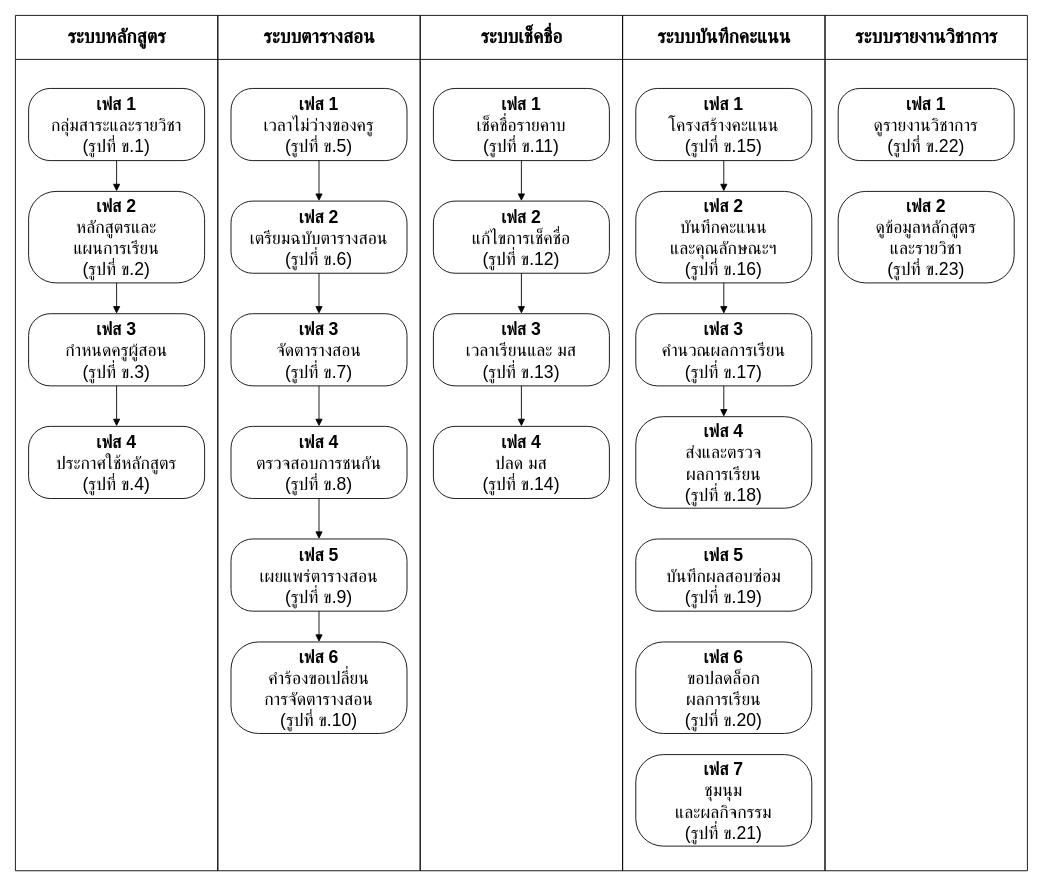
polymercatzz/Academic keeps this draw.io diagram as docs/activity/act-overview.drawio. Above is the earlier version. Source tidied: cells renumbered, new cells numbered last; positions are measured from the earlier drawing's top-left corner, leaving out a move shared by most shapes. Both pictures are drawn from the tidied source at 88%, with x=0, y=0 at pixel (15, 15).
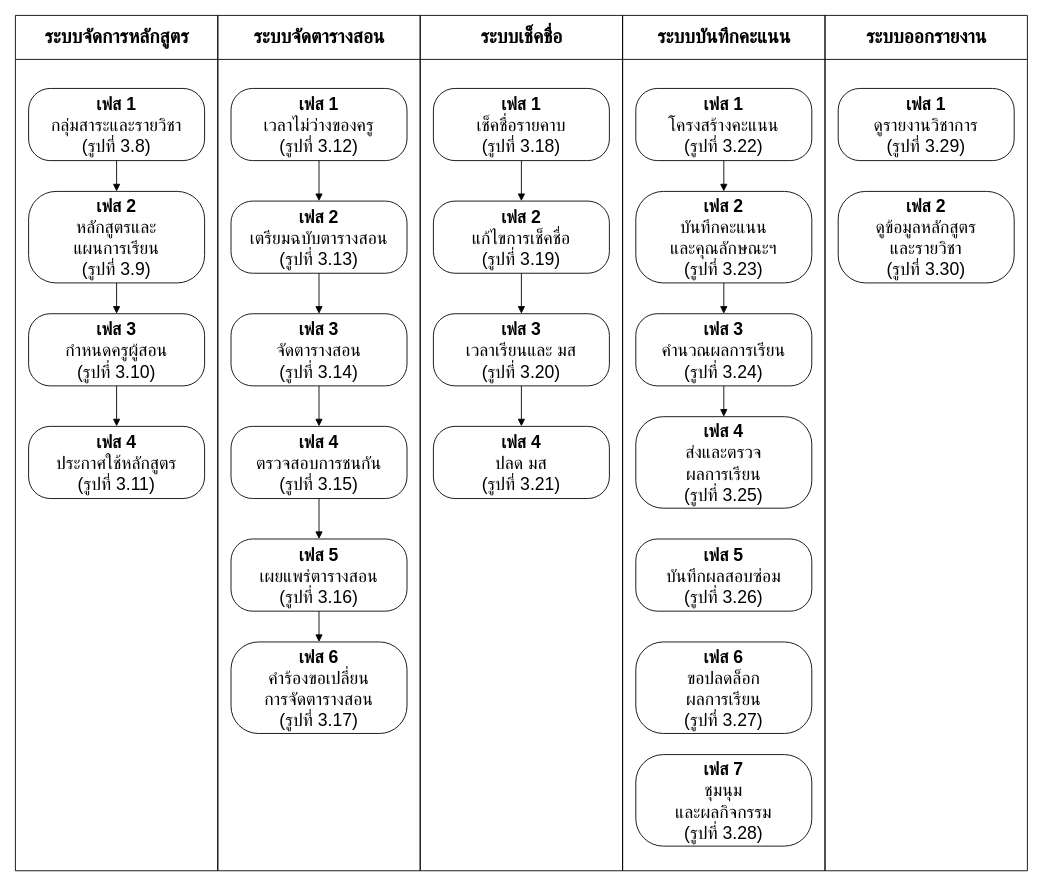
Above is the later version.

Change to the diagram source:
```diff
@@
-    <mxCell id="2" value="ระบบหลักสูตร" style="swimlane;startSize=50;fillColor=none;swimlaneFillColor=none;fontStyle=1;html=1;fontFamily=TH SarabunPSK;strokeColor=#000000;fontColor=#000000;fontSize=22;" parent="1" vertex="1">
+    <mxCell id="2" value="ระบบจัดการหลักสูตร" style="swimlane;startSize=50;fillColor=none;swimlaneFillColor=none;fontStyle=1;html=1;fontFamily=TH SarabunPSK;strokeColor=#000000;fontColor=#000000;fontSize=22;" parent="1" vertex="1">
       <mxGeometry width="230" height="972" as="geometry" />
     </mxCell>
-    <mxCell id="3" value="ระบบตารางสอน" style="swimlane;startSize=50;fillColor=none;swimlaneFillColor=none;fontStyle=1;html=1;fontFamily=TH SarabunPSK;strokeColor=#000000;fontColor=#000000;fontSize=22;" parent="1" vertex="1">
+    <mxCell id="3" value="ระบบจัดตารางสอน" style="swimlane;startSize=50;fillColor=none;swimlaneFillColor=none;fontStyle=1;html=1;fontFamily=TH SarabunPSK;strokeColor=#000000;fontColor=#000000;fontSize=22;" parent="1" vertex="1">
       <mxGeometry x="230" width="230" height="972" as="geometry" />
     </mxCell>
@@
-    <mxCell id="6" value="ระบบรายงานวิชาการ" style="swimlane;startSize=50;fillColor=none;swimlaneFillColor=none;fontStyle=1;html=1;fontFamily=TH SarabunPSK;strokeColor=#000000;fontColor=#000000;fontSize=22;" parent="1" vertex="1">
+    <mxCell id="6" value="ระบบออกรายงาน" style="swimlane;startSize=50;fillColor=none;swimlaneFillColor=none;fontStyle=1;html=1;fontFamily=TH SarabunPSK;strokeColor=#000000;fontColor=#000000;fontSize=22;" parent="1" vertex="1">
       <mxGeometry x="920" width="230" height="972" as="geometry" />
     </mxCell>
-    <mxCell id="7" value="&lt;b&gt;เฟส 1&lt;/b&gt; &lt;br&gt;กลุ่มสาระและรายวิชา&lt;br&gt;(รูปที่ ข.1)" style="html=1;fontFamily=TH SarabunPSK;fontSize=20;strokeColor=#000000;fontColor=#000000;rounded=1;arcSize=30;whiteSpace=wrap;fillColor=#FFFFFF;" parent="1" vertex="1">
+    <mxCell id="7" value="&lt;b&gt;เฟส 1&lt;/b&gt; &lt;br&gt;กลุ่มสาระและรายวิชา&lt;br&gt;(รูปที่ 3.8)" style="html=1;fontFamily=TH SarabunPSK;fontSize=20;strokeColor=#000000;fontColor=#000000;rounded=1;arcSize=30;whiteSpace=wrap;fillColor=#FFFFFF;" parent="1" vertex="1">
       <mxGeometry x="15" y="83" width="200" height="82" as="geometry" />
     </mxCell>
-    <mxCell id="8" value="&lt;b&gt;เฟส 2&lt;/b&gt; &lt;br&gt;หลักสูตรและ&lt;br&gt;แผนการเรียน&lt;br&gt;(รูปที่ ข.2)" style="html=1;fontFamily=TH SarabunPSK;fontSize=20;strokeColor=#000000;fontColor=#000000;rounded=1;arcSize=30;whiteSpace=wrap;fillColor=#FFFFFF;" parent="1" vertex="1">
+    <mxCell id="8" value="&lt;b&gt;เฟส 2&lt;/b&gt; &lt;br&gt;หลักสูตรและ&lt;br&gt;แผนการเรียน&lt;br&gt;(รูปที่ 3.9)" style="html=1;fontFamily=TH SarabunPSK;fontSize=20;strokeColor=#000000;fontColor=#000000;rounded=1;arcSize=30;whiteSpace=wrap;fillColor=#FFFFFF;" parent="1" vertex="1">
       <mxGeometry x="15" y="200" width="200" height="104" as="geometry" />
     </mxCell>
-    <mxCell id="9" value="&lt;b&gt;เฟส 3&lt;/b&gt; &lt;br&gt;กำหนดครูผู้สอน&lt;br&gt;(รูปที่ ข.3)" style="html=1;fontFamily=TH SarabunPSK;fontSize=20;strokeColor=#000000;fontColor=#000000;rounded=1;arcSize=30;whiteSpace=wrap;fillColor=#FFFFFF;" parent="1" vertex="1">
+    <mxCell id="9" value="&lt;b&gt;เฟส 3&lt;/b&gt; &lt;br&gt;กำหนดครูผู้สอน&lt;br&gt;(รูปที่ 3.10)" style="html=1;fontFamily=TH SarabunPSK;fontSize=20;strokeColor=#000000;fontColor=#000000;rounded=1;arcSize=30;whiteSpace=wrap;fillColor=#FFFFFF;" parent="1" vertex="1">
       <mxGeometry x="15" y="339" width="200" height="82" as="geometry" />
     </mxCell>
-    <mxCell id="10" value="&lt;b&gt;เฟส 4&lt;/b&gt; &lt;br&gt;ประกาศใช้หลักสูตร&lt;br&gt;(รูปที่ ข.4)" style="html=1;fontFamily=TH SarabunPSK;fontSize=20;strokeColor=#000000;fontColor=#000000;rounded=1;arcSize=30;whiteSpace=wrap;fillColor=#FFFFFF;" parent="1" vertex="1">
+    <mxCell id="10" value="&lt;b&gt;เฟส 4&lt;/b&gt; &lt;br&gt;ประกาศใช้หลักสูตร&lt;br&gt;(รูปที่ 3.11)" style="html=1;fontFamily=TH SarabunPSK;fontSize=20;strokeColor=#000000;fontColor=#000000;rounded=1;arcSize=30;whiteSpace=wrap;fillColor=#FFFFFF;" parent="1" vertex="1">
       <mxGeometry x="15" y="467" width="200" height="82" as="geometry" />
     </mxCell>
-    <mxCell id="11" value="&lt;b&gt;เฟส 1&lt;/b&gt; &lt;br&gt;เวลาไม่ว่างของครู&lt;br&gt;(รูปที่ ข.5)" style="html=1;fontFamily=TH SarabunPSK;fontSize=20;strokeColor=#000000;fontColor=#000000;rounded=1;arcSize=30;whiteSpace=wrap;fillColor=#FFFFFF;" parent="1" vertex="1">
+    <mxCell id="11" value="&lt;b&gt;เฟส 1&lt;/b&gt; &lt;br&gt;เวลาไม่ว่างของครู&lt;br&gt;(รูปที่ 3.12)" style="html=1;fontFamily=TH SarabunPSK;fontSize=20;strokeColor=#000000;fontColor=#000000;rounded=1;arcSize=30;whiteSpace=wrap;fillColor=#FFFFFF;" parent="1" vertex="1">
       <mxGeometry x="245" y="83" width="200" height="82" as="geometry" />
     </mxCell>
-    <mxCell id="12" value="&lt;b&gt;เฟส 2&lt;/b&gt; &lt;br&gt;เตรียมฉบับตารางสอน&lt;br&gt;(รูปที่ ข.6)" style="html=1;fontFamily=TH SarabunPSK;fontSize=20;strokeColor=#000000;fontColor=#000000;rounded=1;arcSize=30;whiteSpace=wrap;fillColor=#FFFFFF;" parent="1" vertex="1">
+    <mxCell id="12" value="&lt;b&gt;เฟส 2&lt;/b&gt; &lt;br&gt;เตรียมฉบับตารางสอน&lt;br&gt;(รูปที่ 3.13)" style="html=1;fontFamily=TH SarabunPSK;fontSize=20;strokeColor=#000000;fontColor=#000000;rounded=1;arcSize=30;whiteSpace=wrap;fillColor=#FFFFFF;" parent="1" vertex="1">
       <mxGeometry x="245" y="211" width="200" height="82" as="geometry" />
     </mxCell>
-    <mxCell id="13" value="&lt;b&gt;เฟส 3&lt;/b&gt; &lt;br&gt;จัดตารางสอน&lt;br&gt;(รูปที่ ข.7)" style="html=1;fontFamily=TH SarabunPSK;fontSize=20;strokeColor=#000000;fontColor=#000000;rounded=1;arcSize=30;whiteSpace=wrap;fillColor=#FFFFFF;" parent="1" vertex="1">
+    <mxCell id="13" value="&lt;b&gt;เฟส 3&lt;/b&gt; &lt;br&gt;จัดตารางสอน&lt;br&gt;(รูปที่ 3.14)" style="html=1;fontFamily=TH SarabunPSK;fontSize=20;strokeColor=#000000;fontColor=#000000;rounded=1;arcSize=30;whiteSpace=wrap;fillColor=#FFFFFF;" parent="1" vertex="1">
       <mxGeometry x="245" y="339" width="200" height="82" as="geometry" />
     </mxCell>
-    <mxCell id="14" value="&lt;b&gt;เฟส 4&lt;/b&gt; &lt;br&gt;ตรวจสอบการชนกัน&lt;br&gt;(รูปที่ ข.8)" style="html=1;fontFamily=TH SarabunPSK;fontSize=20;strokeColor=#000000;fontColor=#000000;rounded=1;arcSize=30;whiteSpace=wrap;fillColor=#FFFFFF;" parent="1" vertex="1">
+    <mxCell id="14" value="&lt;b&gt;เฟส 4&lt;/b&gt; &lt;br&gt;ตรวจสอบการชนกัน&lt;br&gt;(รูปที่ 3.15)" style="html=1;fontFamily=TH SarabunPSK;fontSize=20;strokeColor=#000000;fontColor=#000000;rounded=1;arcSize=30;whiteSpace=wrap;fillColor=#FFFFFF;" parent="1" vertex="1">
       <mxGeometry x="245" y="467" width="200" height="82" as="geometry" />
     </mxCell>
-    <mxCell id="15" value="&lt;b&gt;เฟส 5&lt;/b&gt; &lt;br&gt;เผยแพร่ตารางสอน&lt;br&gt;(รูปที่ ข.9)" style="html=1;fontFamily=TH SarabunPSK;fontSize=20;strokeColor=#000000;fontColor=#000000;rounded=1;arcSize=30;whiteSpace=wrap;fillColor=#FFFFFF;" parent="1" vertex="1">
+    <mxCell id="15" value="&lt;b&gt;เฟส 5&lt;/b&gt; &lt;br&gt;เผยแพร่ตารางสอน&lt;br&gt;(รูปที่ 3.16)" style="html=1;fontFamily=TH SarabunPSK;fontSize=20;strokeColor=#000000;fontColor=#000000;rounded=1;arcSize=30;whiteSpace=wrap;fillColor=#FFFFFF;" parent="1" vertex="1">
       <mxGeometry x="245" y="595" width="200" height="82" as="geometry" />
     </mxCell>
-    <mxCell id="16" value="&lt;b&gt;เฟส 6&lt;/b&gt; &lt;br&gt;คำร้องขอเปลี่ยน&lt;br&gt;การจัดตารางสอน&lt;br&gt;(รูปที่ ข.10)" style="html=1;fontFamily=TH SarabunPSK;fontSize=20;strokeColor=#000000;fontColor=#000000;rounded=1;arcSize=30;whiteSpace=wrap;fillColor=#FFFFFF;" parent="1" vertex="1">
+    <mxCell id="16" value="&lt;b&gt;เฟส 6&lt;/b&gt; &lt;br&gt;คำร้องขอเปลี่ยน&lt;br&gt;การจัดตารางสอน&lt;br&gt;(รูปที่ 3.17)" style="html=1;fontFamily=TH SarabunPSK;fontSize=20;strokeColor=#000000;fontColor=#000000;rounded=1;arcSize=30;whiteSpace=wrap;fillColor=#FFFFFF;" parent="1" vertex="1">
       <mxGeometry x="245" y="712" width="200" height="104" as="geometry" />
     </mxCell>
-    <mxCell id="17" value="&lt;b&gt;เฟส 1&lt;/b&gt; &lt;br&gt;เช็คชื่อรายคาบ&lt;br&gt;(รูปที่ ข.11)" style="html=1;fontFamily=TH SarabunPSK;fontSize=20;strokeColor=#000000;fontColor=#000000;rounded=1;arcSize=30;whiteSpace=wrap;fillColor=#FFFFFF;" parent="1" vertex="1">
+    <mxCell id="17" value="&lt;b&gt;เฟส 1&lt;/b&gt; &lt;br&gt;เช็คชื่อรายคาบ&lt;br&gt;(รูปที่ 3.18)" style="html=1;fontFamily=TH SarabunPSK;fontSize=20;strokeColor=#000000;fontColor=#000000;rounded=1;arcSize=30;whiteSpace=wrap;fillColor=#FFFFFF;" parent="1" vertex="1">
       <mxGeometry x="475" y="83" width="200" height="82" as="geometry" />
     </mxCell>
-    <mxCell id="18" value="&lt;b&gt;เฟส 2&lt;/b&gt; &lt;br&gt;แก้ไขการเช็คชื่อ&lt;br&gt;(รูปที่ ข.12)" style="html=1;fontFamily=TH SarabunPSK;fontSize=20;strokeColor=#000000;fontColor=#000000;rounded=1;arcSize=30;whiteSpace=wrap;fillColor=#FFFFFF;" parent="1" vertex="1">
+    <mxCell id="18" value="&lt;b&gt;เฟส 2&lt;/b&gt; &lt;br&gt;แก้ไขการเช็คชื่อ&lt;br&gt;(รูปที่ 3.19)" style="html=1;fontFamily=TH SarabunPSK;fontSize=20;strokeColor=#000000;fontColor=#000000;rounded=1;arcSize=30;whiteSpace=wrap;fillColor=#FFFFFF;" parent="1" vertex="1">
       <mxGeometry x="475" y="211" width="200" height="82" as="geometry" />
     </mxCell>
-    <mxCell id="19" value="&lt;b&gt;เฟส 3&lt;/b&gt; &lt;br&gt;เวลาเรียนและ มส&lt;br&gt;(รูปที่ ข.13)" style="html=1;fontFamily=TH SarabunPSK;fontSize=20;strokeColor=#000000;fontColor=#000000;rounded=1;arcSize=30;whiteSpace=wrap;fillColor=#FFFFFF;" parent="1" vertex="1">
+    <mxCell id="19" value="&lt;b&gt;เฟส 3&lt;/b&gt; &lt;br&gt;เวลาเรียนและ มส&lt;br&gt;(รูปที่ 3.20)" style="html=1;fontFamily=TH SarabunPSK;fontSize=20;strokeColor=#000000;fontColor=#000000;rounded=1;arcSize=30;whiteSpace=wrap;fillColor=#FFFFFF;" parent="1" vertex="1">
       <mxGeometry x="475" y="339" width="200" height="82" as="geometry" />
     </mxCell>
-    <mxCell id="20" value="&lt;b&gt;เฟส 4&lt;/b&gt; &lt;br&gt;ปลด มส&lt;br&gt;(รูปที่ ข.14)" style="html=1;fontFamily=TH SarabunPSK;fontSize=20;strokeColor=#000000;fontColor=#000000;rounded=1;arcSize=30;whiteSpace=wrap;fillColor=#FFFFFF;" parent="1" vertex="1">
+    <mxCell id="20" value="&lt;b&gt;เฟส 4&lt;/b&gt; &lt;br&gt;ปลด มส&lt;br&gt;(รูปที่ 3.21)" style="html=1;fontFamily=TH SarabunPSK;fontSize=20;strokeColor=#000000;fontColor=#000000;rounded=1;arcSize=30;whiteSpace=wrap;fillColor=#FFFFFF;" parent="1" vertex="1">
       <mxGeometry x="475" y="467" width="200" height="82" as="geometry" />
     </mxCell>
-    <mxCell id="21" value="&lt;b&gt;เฟส 1&lt;/b&gt; &lt;br&gt;โครงสร้างคะแนน&lt;br&gt;(รูปที่ ข.15)" style="html=1;fontFamily=TH SarabunPSK;fontSize=20;strokeColor=#000000;fontColor=#000000;rounded=1;arcSize=30;whiteSpace=wrap;fillColor=#FFFFFF;" parent="1" vertex="1">
+    <mxCell id="21" value="&lt;b&gt;เฟส 1&lt;/b&gt; &lt;br&gt;โครงสร้างคะแนน&lt;br&gt;(รูปที่ 3.22)" style="html=1;fontFamily=TH SarabunPSK;fontSize=20;strokeColor=#000000;fontColor=#000000;rounded=1;arcSize=30;whiteSpace=wrap;fillColor=#FFFFFF;" parent="1" vertex="1">
       <mxGeometry x="705" y="83" width="200" height="82" as="geometry" />
     </mxCell>
-    <mxCell id="22" value="&lt;b&gt;เฟส 2&lt;/b&gt; &lt;br&gt;บันทึกคะแนน&lt;br&gt;และคุณลักษณะฯ&lt;br&gt;(รูปที่ ข.16)" style="html=1;fontFamily=TH SarabunPSK;fontSize=20;strokeColor=#000000;fontColor=#000000;rounded=1;arcSize=30;whiteSpace=wrap;fillColor=#FFFFFF;" parent="1" vertex="1">
+    <mxCell id="22" value="&lt;b&gt;เฟส 2&lt;/b&gt; &lt;br&gt;บันทึกคะแนน&lt;br&gt;และคุณลักษณะฯ&lt;br&gt;(รูปที่ 3.23)" style="html=1;fontFamily=TH SarabunPSK;fontSize=20;strokeColor=#000000;fontColor=#000000;rounded=1;arcSize=30;whiteSpace=wrap;fillColor=#FFFFFF;" parent="1" vertex="1">
       <mxGeometry x="705" y="200" width="200" height="104" as="geometry" />
     </mxCell>
-    <mxCell id="23" value="&lt;b&gt;เฟส 3&lt;/b&gt; &lt;br&gt;คำนวณผลการเรียน&lt;br&gt;(รูปที่ ข.17)" style="html=1;fontFamily=TH SarabunPSK;fontSize=20;strokeColor=#000000;fontColor=#000000;rounded=1;arcSize=30;whiteSpace=wrap;fillColor=#FFFFFF;" parent="1" vertex="1">
+    <mxCell id="23" value="&lt;b&gt;เฟส 3&lt;/b&gt; &lt;br&gt;คำนวณผลการเรียน&lt;br&gt;(รูปที่ 3.24)" style="html=1;fontFamily=TH SarabunPSK;fontSize=20;strokeColor=#000000;fontColor=#000000;rounded=1;arcSize=30;whiteSpace=wrap;fillColor=#FFFFFF;" parent="1" vertex="1">
       <mxGeometry x="705" y="339" width="200" height="82" as="geometry" />
     </mxCell>
-    <mxCell id="24" value="&lt;b&gt;เฟส 4&lt;/b&gt; &lt;br&gt;ส่งและตรวจ&lt;br&gt;ผลการเรียน&lt;br&gt;(รูปที่ ข.18)" style="html=1;fontFamily=TH SarabunPSK;fontSize=20;strokeColor=#000000;fontColor=#000000;rounded=1;arcSize=30;whiteSpace=wrap;fillColor=#FFFFFF;" parent="1" vertex="1">
+    <mxCell id="24" value="&lt;b&gt;เฟส 4&lt;/b&gt; &lt;br&gt;ส่งและตรวจ&lt;br&gt;ผลการเรียน&lt;br&gt;(รูปที่ 3.25)" style="html=1;fontFamily=TH SarabunPSK;fontSize=20;strokeColor=#000000;fontColor=#000000;rounded=1;arcSize=30;whiteSpace=wrap;fillColor=#FFFFFF;" parent="1" vertex="1">
       <mxGeometry x="705" y="456" width="200" height="104" as="geometry" />
     </mxCell>
-    <mxCell id="25" value="&lt;b&gt;เฟส 5&lt;/b&gt; &lt;br&gt;บันทึกผลสอบซ่อม&lt;br&gt;(รูปที่ ข.19)" style="html=1;fontFamily=TH SarabunPSK;fontSize=20;strokeColor=#000000;fontColor=#000000;rounded=1;arcSize=30;whiteSpace=wrap;fillColor=#FFFFFF;" parent="1" vertex="1">
+    <mxCell id="25" value="&lt;b&gt;เฟส 5&lt;/b&gt; &lt;br&gt;บันทึกผลสอบซ่อม&lt;br&gt;(รูปที่ 3.26)" style="html=1;fontFamily=TH SarabunPSK;fontSize=20;strokeColor=#000000;fontColor=#000000;rounded=1;arcSize=30;whiteSpace=wrap;fillColor=#FFFFFF;" parent="1" vertex="1">
       <mxGeometry x="705" y="595" width="200" height="82" as="geometry" />
     </mxCell>
-    <mxCell id="26" value="&lt;b&gt;เฟส 6&lt;/b&gt; &lt;br&gt;ขอปลดล็อก&lt;br&gt;ผลการเรียน&lt;br&gt;(รูปที่ ข.20)" style="html=1;fontFamily=TH SarabunPSK;fontSize=20;strokeColor=#000000;fontColor=#000000;rounded=1;arcSize=30;whiteSpace=wrap;fillColor=#FFFFFF;" parent="1" vertex="1">
+    <mxCell id="26" value="&lt;b&gt;เฟส 6&lt;/b&gt; &lt;br&gt;ขอปลดล็อก&lt;br&gt;ผลการเรียน&lt;br&gt;(รูปที่ 3.27)" style="html=1;fontFamily=TH SarabunPSK;fontSize=20;strokeColor=#000000;fontColor=#000000;rounded=1;arcSize=30;whiteSpace=wrap;fillColor=#FFFFFF;" parent="1" vertex="1">
       <mxGeometry x="705" y="712" width="200" height="104" as="geometry" />
     </mxCell>
-    <mxCell id="27" value="&lt;b&gt;เฟส 7&lt;/b&gt; &lt;br&gt;ชุมนุม&lt;br&gt;และผลกิจกรรม&lt;br&gt;(รูปที่ ข.21)" style="html=1;fontFamily=TH SarabunPSK;fontSize=20;strokeColor=#000000;fontColor=#000000;rounded=1;arcSize=30;whiteSpace=wrap;fillColor=#FFFFFF;" parent="1" vertex="1">
+    <mxCell id="27" value="&lt;b&gt;เฟส 7&lt;/b&gt; &lt;br&gt;ชุมนุม&lt;br&gt;และผลกิจกรรม&lt;br&gt;(รูปที่ 3.28)" style="html=1;fontFamily=TH SarabunPSK;fontSize=20;strokeColor=#000000;fontColor=#000000;rounded=1;arcSize=30;whiteSpace=wrap;fillColor=#FFFFFF;" parent="1" vertex="1">
       <mxGeometry x="705" y="840" width="200" height="104" as="geometry" />
     </mxCell>
-    <mxCell id="28" value="&lt;b&gt;เฟส 1&lt;/b&gt; &lt;br&gt;ดูรายงานวิชาการ&lt;br&gt;(รูปที่ ข.22)" style="html=1;fontFamily=TH SarabunPSK;fontSize=20;strokeColor=#000000;fontColor=#000000;rounded=1;arcSize=30;whiteSpace=wrap;fillColor=#FFFFFF;" parent="1" vertex="1">
+    <mxCell id="28" value="&lt;b&gt;เฟส 1&lt;/b&gt; &lt;br&gt;ดูรายงานวิชาการ&lt;br&gt;(รูปที่ 3.29)" style="html=1;fontFamily=TH SarabunPSK;fontSize=20;strokeColor=#000000;fontColor=#000000;rounded=1;arcSize=30;whiteSpace=wrap;fillColor=#FFFFFF;" parent="1" vertex="1">
       <mxGeometry x="935" y="83" width="200" height="82" as="geometry" />
     </mxCell>
-    <mxCell id="29" value="&lt;b&gt;เฟส 2&lt;/b&gt; &lt;br&gt;ดูข้อมูลหลักสูตร&lt;br&gt;และรายวิชา&lt;br&gt;(รูปที่ ข.23)" style="html=1;fontFamily=TH SarabunPSK;fontSize=20;strokeColor=#000000;fontColor=#000000;rounded=1;arcSize=30;whiteSpace=wrap;fillColor=#FFFFFF;" parent="1" vertex="1">
+    <mxCell id="29" value="&lt;b&gt;เฟส 2&lt;/b&gt; &lt;br&gt;ดูข้อมูลหลักสูตร&lt;br&gt;และรายวิชา&lt;br&gt;(รูปที่ 3.30)" style="html=1;fontFamily=TH SarabunPSK;fontSize=20;strokeColor=#000000;fontColor=#000000;rounded=1;arcSize=30;whiteSpace=wrap;fillColor=#FFFFFF;" parent="1" vertex="1">
       <mxGeometry x="935" y="200" width="200" height="104" as="geometry" />
     </mxCell>
```
